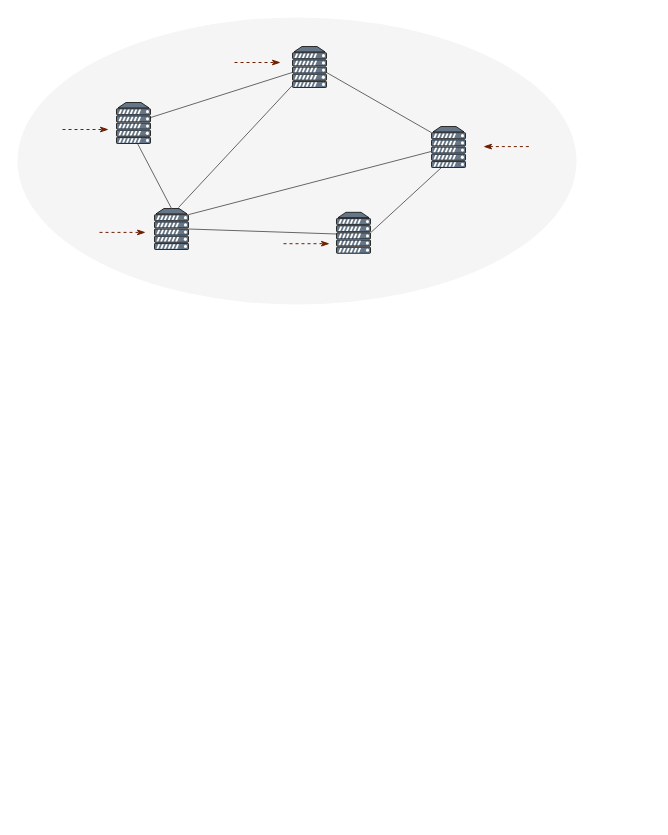
zhangluting123/drawio keeps this draw.io diagram as page "去中心化" (2 of 10) of DRL.drawio. Above is the earlier version. Source tidied: cells renumbered, new cells numbered last; positions are measured from the earlier drawing's top-left corner, leaving out a move shared by most shapes. Both pictures are drawn from the tidied source at 100%, with x=0, y=0 at pixel (17, 17).
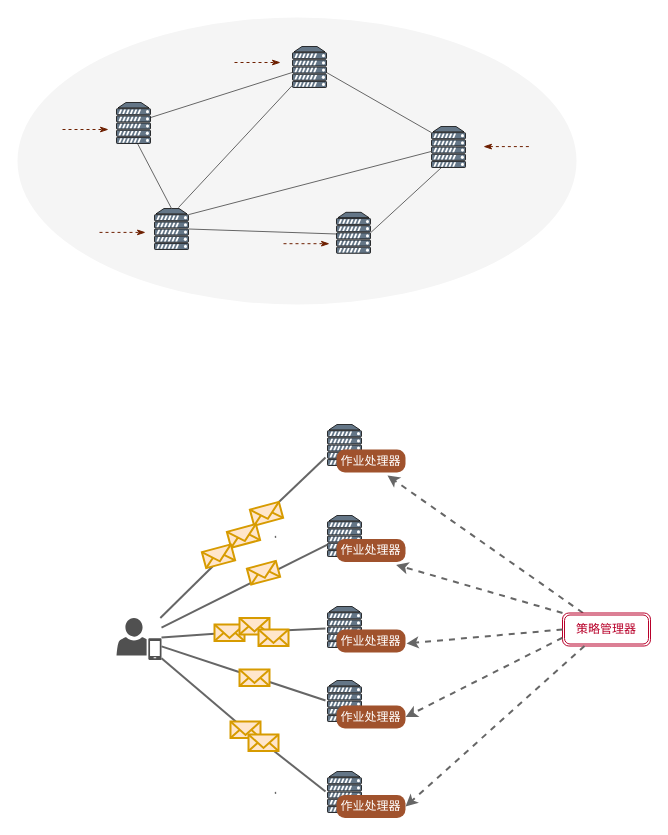
After the change.

What changed in the source:
```diff
@@
+    <mxCell id="20" style="endArrow=classic;html=1;rounded=0;dashed=1;strokeWidth=2;strokeColor=#666666;" parent="1" edge="1" source="31">
+      <mxGeometry relative="1" as="geometry">
+        <mxPoint x="370" y="458" as="targetPoint" />
+      </mxGeometry>
+    </mxCell>
@@
+    <mxCell id="21" style="verticalAlign=top;verticalLabelPosition=bottom;labelPosition=center;align=center;html=1;fillColor=#647687;strokeColor=default;gradientDirection=north;strokeWidth=1;shape=mxgraph.networks.server;fontColor=#ffffff;" parent="1" vertex="1">
+      <mxGeometry x="310" y="407" width="34" height="41" as="geometry" />
+    </mxCell>
+    <mxCell id="22" style="verticalAlign=top;verticalLabelPosition=bottom;labelPosition=center;align=center;html=1;outlineConnect=0;fillColor=#647687;strokeColor=default;gradientDirection=north;strokeWidth=1;shape=mxgraph.networks.server;fontColor=#ffffff;" parent="1" vertex="1">
+      <mxGeometry x="310" y="498" width="34" height="41" as="geometry" />
+    </mxCell>
+    <mxCell id="23" style="verticalAlign=top;verticalLabelPosition=bottom;labelPosition=center;align=center;html=1;fillColor=#647687;strokeColor=default;gradientDirection=north;strokeWidth=1;shape=mxgraph.networks.server;fontColor=#ffffff;" parent="1" vertex="1">
+      <mxGeometry x="310" y="589" width="34" height="41" as="geometry" />
+    </mxCell>
+    <mxCell id="24" style="sketch=0;shadow=0;dashed=0;html=1;strokeColor=none;fillColor=#505050;labelPosition=center;verticalLabelPosition=bottom;verticalAlign=top;outlineConnect=0;align=center;shape=mxgraph.office.users.mobile_user;" parent="1" vertex="1">
+      <mxGeometry x="99" y="600.5" width="45" height="42" as="geometry" />
+    </mxCell>
+    <mxCell id="25" style="endArrow=none;startArrow=none;html=1;rounded=0;fillColor=#f5f5f5;gradientColor=#b3b3b3;strokeColor=#666666;endFill=0;startFill=0;endSize=7;strokeWidth=2;" parent="1" edge="1" source="24" target="22">
+      <mxGeometry relative="1" as="geometry" />
+    </mxCell>
+    <mxCell id="26" style="endArrow=none;startArrow=none;html=1;rounded=0;fillColor=#f5f5f5;gradientColor=#b3b3b3;strokeColor=#666666;endFill=0;startFill=0;endSize=7;strokeWidth=2;" parent="1" edge="1" source="50">
+      <mxGeometry relative="1" as="geometry">
+        <mxPoint x="308" y="611" as="targetPoint" />
+      </mxGeometry>
+    </mxCell>
+    <mxCell id="27" value="作业处理器" style="rounded=1;whiteSpace=wrap;html=1;fillColor=#a0522d;strokeColor=none;arcSize=37;fontColor=#ffffff;" parent="1" vertex="1">
+      <mxGeometry x="319" y="521.5" width="69" height="23" as="geometry" />
+    </mxCell>
+    <mxCell id="28" value="作业处理器" style="rounded=1;whiteSpace=wrap;html=1;fillColor=#a0522d;strokeColor=none;arcSize=37;fontColor=#ffffff;" parent="1" vertex="1">
+      <mxGeometry x="319" y="612" width="69" height="23" as="geometry" />
+    </mxCell>
+    <mxCell id="29" value="作业处理器" style="rounded=1;whiteSpace=wrap;html=1;fillColor=#a0522d;strokeColor=none;arcSize=37;fontColor=#ffffff;" parent="1" vertex="1">
+      <mxGeometry x="319" y="432" width="69" height="23" as="geometry" />
+    </mxCell>
+    <mxCell id="30" style="endArrow=none;startArrow=none;html=1;rounded=0;fillColor=#f5f5f5;gradientColor=#b3b3b3;strokeColor=#666666;endFill=0;startFill=0;endSize=7;strokeWidth=2;" parent="1" edge="1">
+      <mxGeometry relative="1" as="geometry">
+        <mxPoint x="257.3" y="519.4" as="sourcePoint" />
+        <mxPoint x="258.7" y="519.3" as="targetPoint" />
+      </mxGeometry>
+    </mxCell>
+    <mxCell id="31" value="&lt;font color=&quot;#b8002a&quot;&gt;策略管理器&lt;/font&gt;" style="shape=ext;double=1;rounded=1;whiteSpace=wrap;html=1;fillColor=#FFFFFF;strokeColor=#B8002A;fontColor=#ffffff;arcSize=19;fontStyle=0;" parent="1" vertex="1">
+      <mxGeometry x="545" y="595.5" width="88" height="33" as="geometry" />
+    </mxCell>
+    <mxCell id="32" style="endArrow=classic;html=1;rounded=0;exitX=0;exitY=0;exitDx=0;exitDy=0;dashed=1;strokeWidth=2;strokeColor=#666666;entryX=0.865;entryY=1.126;entryDx=0;entryDy=0;entryPerimeter=0;" parent="1" edge="1" source="31" target="27">
+      <mxGeometry relative="1" as="geometry" />
+    </mxCell>
+    <mxCell id="33" style="endArrow=classic;html=1;rounded=0;dashed=1;strokeWidth=2;strokeColor=#666666;exitX=0;exitY=0.5;exitDx=0;exitDy=0;" parent="1" edge="1" source="31">
+      <mxGeometry relative="1" as="geometry">
+        <mxPoint x="389" y="626" as="targetPoint" />
+      </mxGeometry>
+    </mxCell>
+    <mxCell id="34" style="verticalAlign=top;verticalLabelPosition=bottom;labelPosition=center;align=center;html=1;fillColor=#647687;strokeColor=default;gradientDirection=north;strokeWidth=1;shape=mxgraph.networks.server;fontColor=#ffffff;" parent="1" vertex="1">
+      <mxGeometry x="310" y="663" width="34" height="41" as="geometry" />
+    </mxCell>
+    <mxCell id="35" style="verticalAlign=top;verticalLabelPosition=bottom;labelPosition=center;align=center;html=1;fillColor=#647687;strokeColor=default;gradientDirection=north;strokeWidth=1;shape=mxgraph.networks.server;fontColor=#ffffff;" parent="1" vertex="1">
+      <mxGeometry x="310" y="754" width="34" height="41" as="geometry" />
+    </mxCell>
+    <mxCell id="36" value="作业处理器" style="rounded=1;whiteSpace=wrap;html=1;fillColor=#a0522d;strokeColor=none;arcSize=37;fontColor=#ffffff;" parent="1" vertex="1">
+      <mxGeometry x="319" y="777.5" width="69" height="23" as="geometry" />
+    </mxCell>
+    <mxCell id="37" value="作业处理器" style="rounded=1;whiteSpace=wrap;html=1;fillColor=#a0522d;strokeColor=none;arcSize=37;fontColor=#ffffff;" parent="1" vertex="1">
+      <mxGeometry x="319" y="688" width="69" height="23" as="geometry" />
+    </mxCell>
+    <mxCell id="38" style="endArrow=none;startArrow=none;html=1;rounded=0;fillColor=#f5f5f5;gradientColor=#b3b3b3;strokeColor=#666666;endFill=0;startFill=0;endSize=7;strokeWidth=2;" parent="1" edge="1">
+      <mxGeometry relative="1" as="geometry">
+        <mxPoint x="257.3" y="775.4" as="sourcePoint" />
+        <mxPoint x="258.7" y="775.3" as="targetPoint" />
+      </mxGeometry>
+    </mxCell>
+    <mxCell id="39" style="endArrow=none;startArrow=none;html=1;rounded=0;fillColor=#f5f5f5;gradientColor=#b3b3b3;strokeColor=#666666;endFill=0;startFill=0;endSize=7;strokeWidth=2;" parent="1" edge="1">
+      <mxGeometry relative="1" as="geometry">
+        <mxPoint x="226.3" y="778.7" as="sourcePoint" />
+        <mxPoint x="227.1" y="778.5" as="targetPoint" />
+      </mxGeometry>
+    </mxCell>
+    <mxCell id="40" style="endArrow=none;startArrow=none;html=1;rounded=0;fillColor=#f5f5f5;gradientColor=#b3b3b3;strokeColor=#666666;endFill=0;startFill=0;endSize=7;strokeWidth=2;" parent="1" edge="1" source="24">
+      <mxGeometry relative="1" as="geometry">
+        <mxPoint x="308" y="683" as="targetPoint" />
+      </mxGeometry>
+    </mxCell>
+    <mxCell id="41" style="endArrow=none;startArrow=none;html=1;rounded=0;fillColor=#f5f5f5;gradientColor=#b3b3b3;strokeColor=#666666;endFill=0;startFill=0;endSize=7;strokeWidth=2;" parent="1" edge="1" source="47">
+      <mxGeometry relative="1" as="geometry">
+        <mxPoint x="308" y="774" as="targetPoint" />
+      </mxGeometry>
+    </mxCell>
+    <mxCell id="42" style="endArrow=classic;html=1;rounded=0;dashed=1;strokeWidth=2;strokeColor=#666666;entryX=1;entryY=0.5;entryDx=0;entryDy=0;exitX=0;exitY=0.75;exitDx=0;exitDy=0;" parent="1" edge="1" source="31" target="37">
+      <mxGeometry relative="1" as="geometry" />
+    </mxCell>
+    <mxCell id="43" style="endArrow=classic;html=1;rounded=0;dashed=1;strokeWidth=2;strokeColor=#666666;entryX=1;entryY=0.5;entryDx=0;entryDy=0;exitX=0.25;exitY=1;exitDx=0;exitDy=0;" parent="1" edge="1" source="31" target="36">
+      <mxGeometry relative="1" as="geometry" />
+    </mxCell>
+    <mxCell id="44" style="endArrow=none;startArrow=none;html=1;rounded=0;fillColor=#f5f5f5;gradientColor=#b3b3b3;strokeColor=#666666;endFill=0;startFill=0;endSize=7;strokeWidth=2;" parent="1" edge="1" source="24" target="45">
+      <mxGeometry relative="1" as="geometry" />
+    </mxCell>
+    <mxCell id="45" style="html=1;verticalLabelPosition=bottom;align=center;labelBackgroundColor=#ffffff;verticalAlign=top;strokeWidth=2;strokeColor=#d79b00;shadow=0;dashed=0;shape=mxgraph.ios7.icons.mail;fillColor=#ffe6cc;rotation=0;" parent="1" vertex="1">
+      <mxGeometry x="213" y="704" width="30" height="16.5" as="geometry" />
+    </mxCell>
+    <mxCell id="46" style="endArrow=none;startArrow=none;html=1;rounded=0;fillColor=#f5f5f5;gradientColor=#b3b3b3;strokeColor=#666666;endFill=0;startFill=0;endSize=7;strokeWidth=2;" parent="1" edge="1" source="45" target="47">
+      <mxGeometry relative="1" as="geometry" />
+    </mxCell>
+    <mxCell id="47" style="html=1;verticalLabelPosition=bottom;align=center;labelBackgroundColor=#ffffff;verticalAlign=top;strokeWidth=2;strokeColor=#d79b00;shadow=0;dashed=0;shape=mxgraph.ios7.icons.mail;fillColor=#ffe6cc;rotation=0;" parent="1" vertex="1">
+      <mxGeometry x="231" y="717" width="30" height="16.5" as="geometry" />
+    </mxCell>
+    <mxCell id="48" style="html=1;verticalLabelPosition=bottom;align=center;labelBackgroundColor=#ffffff;verticalAlign=top;strokeWidth=2;strokeColor=#d79b00;shadow=0;dashed=0;shape=mxgraph.ios7.icons.mail;fillColor=#ffe6cc;rotation=0;" parent="1" vertex="1">
+      <mxGeometry x="222" y="652" width="30" height="16.5" as="geometry" />
+    </mxCell>
+    <mxCell id="49" style="endArrow=none;startArrow=none;html=1;rounded=0;fillColor=#f5f5f5;gradientColor=#b3b3b3;strokeColor=#666666;endFill=0;startFill=0;endSize=7;strokeWidth=2;" parent="1" edge="1" source="24" target="50">
+      <mxGeometry relative="1" as="geometry" />
+    </mxCell>
+    <mxCell id="50" style="html=1;verticalLabelPosition=bottom;align=center;labelBackgroundColor=#ffffff;verticalAlign=top;strokeWidth=2;strokeColor=#d79b00;shadow=0;dashed=0;shape=mxgraph.ios7.icons.mail;fillColor=#ffe6cc;rotation=0;" parent="1" vertex="1">
+      <mxGeometry x="197" y="607" width="30" height="16.5" as="geometry" />
+    </mxCell>
+    <mxCell id="51" style="html=1;verticalLabelPosition=bottom;align=center;labelBackgroundColor=#ffffff;verticalAlign=top;strokeWidth=2;strokeColor=#d79b00;shadow=0;dashed=0;shape=mxgraph.ios7.icons.mail;fillColor=#ffe6cc;rotation=0;" parent="1" vertex="1">
+      <mxGeometry x="222" y="600.5" width="30" height="16.5" as="geometry" />
+    </mxCell>
+    <mxCell id="52" style="html=1;verticalLabelPosition=bottom;align=center;labelBackgroundColor=#ffffff;verticalAlign=top;strokeWidth=2;strokeColor=#d79b00;shadow=0;dashed=0;shape=mxgraph.ios7.icons.mail;fillColor=#ffe6cc;rotation=0;" parent="1" vertex="1">
+      <mxGeometry x="241" y="612" width="30" height="16.5" as="geometry" />
+    </mxCell>
+    <mxCell id="53" style="endArrow=none;startArrow=none;html=1;rounded=0;fillColor=#f5f5f5;gradientColor=#b3b3b3;strokeColor=#666666;endFill=0;startFill=0;strokeWidth=2;" parent="1" edge="1" source="55">
+      <mxGeometry relative="1" as="geometry">
+        <mxPoint x="308" y="440" as="targetPoint" />
+      </mxGeometry>
+    </mxCell>
+    <mxCell id="54" style="endArrow=none;startArrow=none;html=1;rounded=0;fillColor=#f5f5f5;gradientColor=#b3b3b3;strokeColor=#666666;endFill=0;startFill=0;strokeWidth=2;" parent="1" edge="1" source="57" target="55">
+      <mxGeometry relative="1" as="geometry" />
+    </mxCell>
+    <mxCell id="55" style="html=1;verticalLabelPosition=bottom;align=center;labelBackgroundColor=#ffffff;verticalAlign=top;strokeWidth=2;strokeColor=#d79b00;shadow=0;dashed=0;shape=mxgraph.ios7.icons.mail;fillColor=#ffe6cc;rotation=-15;" parent="1" vertex="1">
+      <mxGeometry x="234" y="488" width="30" height="16.5" as="geometry" />
+    </mxCell>
+    <mxCell id="56" style="endArrow=none;startArrow=none;html=1;rounded=0;fillColor=#f5f5f5;gradientColor=#b3b3b3;strokeColor=#666666;endFill=0;startFill=0;strokeWidth=2;" parent="1" edge="1" source="24" target="57">
+      <mxGeometry relative="1" as="geometry" />
+    </mxCell>
+    <mxCell id="57" style="html=1;verticalLabelPosition=bottom;align=center;labelBackgroundColor=#ffffff;verticalAlign=top;strokeWidth=2;strokeColor=#d79b00;shadow=0;dashed=0;shape=mxgraph.ios7.icons.mail;fillColor=#ffe6cc;rotation=-15;" parent="1" vertex="1">
+      <mxGeometry x="211" y="510.2" width="30" height="16.5" as="geometry" />
+    </mxCell>
+    <mxCell id="58" style="html=1;verticalLabelPosition=bottom;align=center;labelBackgroundColor=#ffffff;verticalAlign=top;strokeWidth=2;strokeColor=#d79b00;shadow=0;dashed=0;shape=mxgraph.ios7.icons.mail;fillColor=#ffe6cc;rotation=-15;" parent="1" vertex="1">
+      <mxGeometry x="231" y="547" width="30" height="16.5" as="geometry" />
+    </mxCell>
+    <mxCell id="59" style="html=1;verticalLabelPosition=bottom;align=center;labelBackgroundColor=#ffffff;verticalAlign=top;strokeWidth=2;strokeColor=#d79b00;shadow=0;dashed=0;shape=mxgraph.ios7.icons.mail;fillColor=#ffe6cc;rotation=-15;" parent="1" vertex="1">
+      <mxGeometry x="186" y="530.5" width="30" height="16.5" as="geometry" />
+    </mxCell>
```
